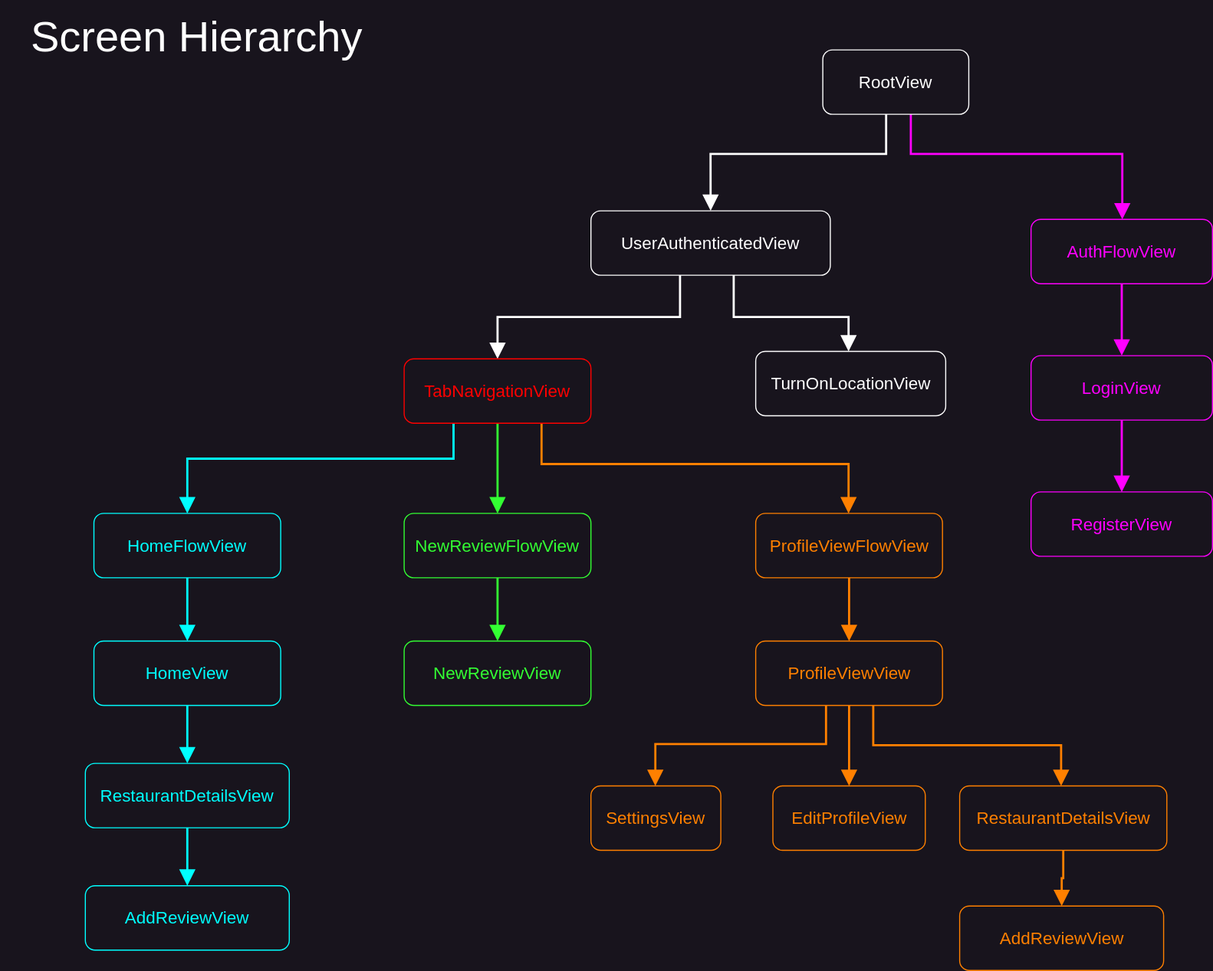
Before: Diagrams/Screen_Hierarchy.svg, a diagram exported from draw.io (marian-stanciulica/Foodybite). Source tidied: cells renumbered, new cells last; positions are measured from the earlier drawing's top-left corner, leaving out a move shared by most shapes.
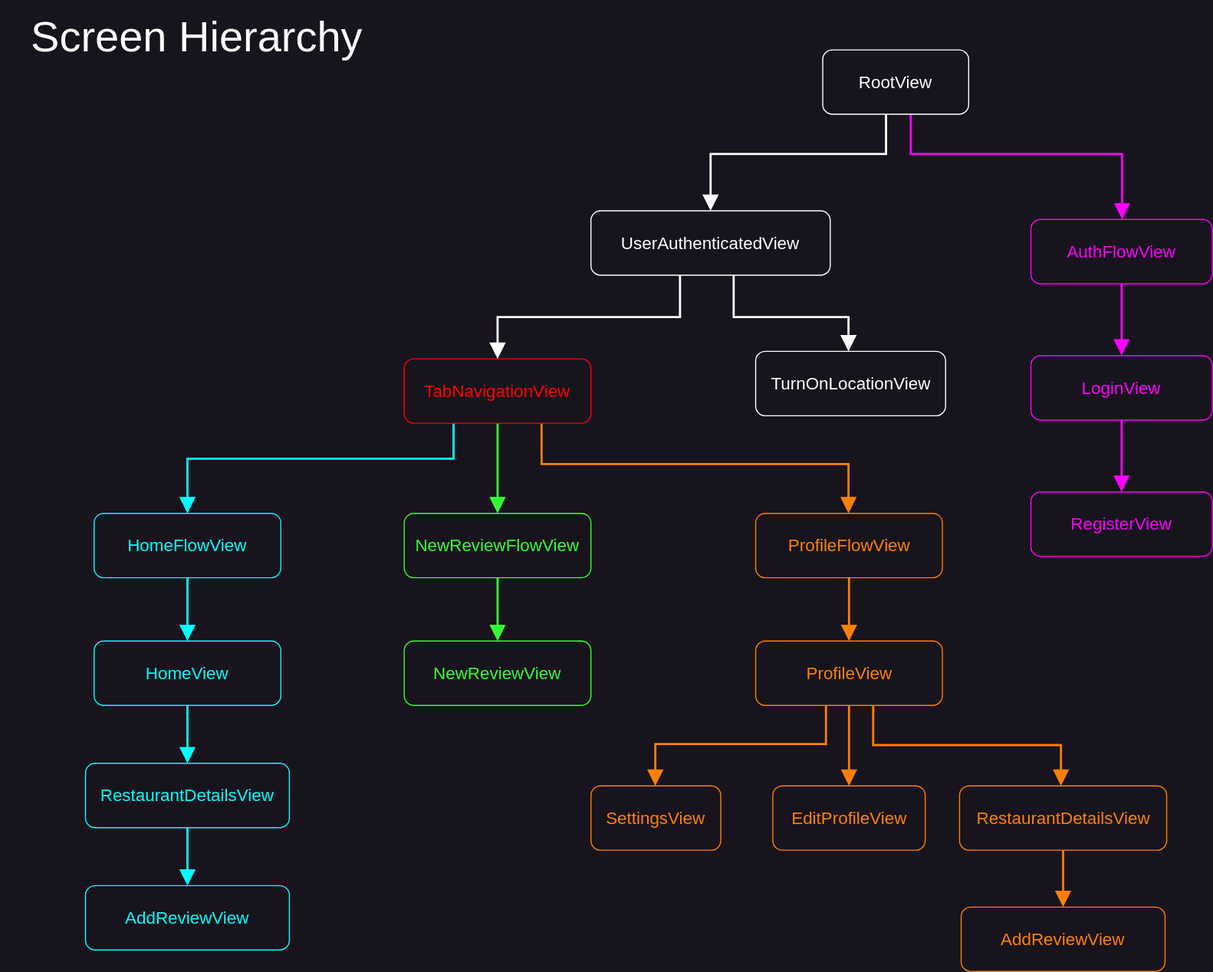
Above is the later version.

Commit message:
Readme - updates screen hierarchy diagram

The edit, as a diff of the source:
```diff
@@ -95,7 +95,7 @@
     <mxCell id="22" style="edgeStyle=orthogonalEdgeStyle;shape=connector;rounded=0;jumpStyle=line;jettySize=auto;html=1;labelBackgroundColor=default;strokeColor=#FF8000;strokeWidth=2;fontFamily=Helvetica;fontSize=11;fontColor=#FF8000;endArrow=block;endFill=1;endSize=10;fillColor=#f0a30a;" parent="1" edge="1" source="23" target="33">
       <mxGeometry relative="1" as="geometry" />
     </mxCell>
-    <mxCell id="23" value="ProfileViewFlowView" style="rounded=1;whiteSpace=wrap;html=1;fontFamily=Helvetica;fontSize=16;fontColor=#FF8000;strokeColor=#FF8000;" parent="1" vertex="1">
+    <mxCell id="23" value="ProfileFlowView" style="rounded=1;whiteSpace=wrap;html=1;fontFamily=Helvetica;fontSize=16;fontColor=#FF8000;strokeColor=#FF8000;" parent="1" vertex="1">
       <mxGeometry x="703.5" y="478" width="174" height="60" as="geometry" />
     </mxCell>
     <mxCell id="24" style="edgeStyle=orthogonalEdgeStyle;shape=connector;rounded=0;jumpStyle=line;jettySize=auto;html=1;labelBackgroundColor=default;strokeColor=#00FFFF;strokeWidth=2;fontFamily=Helvetica;fontSize=11;fontColor=#00FFFF;endArrow=block;endFill=1;endSize=10;fillColor=#f0a30a;" parent="1" edge="1" source="25" target="27">
@@ -135,7 +135,7 @@
         </Array>
       </mxGeometry>
     </mxCell>
-    <mxCell id="33" value="ProfileViewView" style="rounded=1;whiteSpace=wrap;html=1;fontFamily=Helvetica;fontSize=16;fontColor=#FF8000;strokeColor=#FF8000;" parent="1" vertex="1">
+    <mxCell id="33" value="ProfileView" style="rounded=1;whiteSpace=wrap;html=1;fontFamily=Helvetica;fontSize=16;fontColor=#FF8000;strokeColor=#FF8000;" parent="1" vertex="1">
       <mxGeometry x="703.5" y="597" width="174" height="60" as="geometry" />
     </mxCell>
     <mxCell id="34" value="SettingsView" style="rounded=1;whiteSpace=wrap;html=1;fontFamily=Helvetica;fontSize=16;fontColor=#FF8000;strokeColor=#FF8000;" parent="1" vertex="1">
@@ -151,7 +151,7 @@
       <mxGeometry x="893.5" y="732" width="193" height="60" as="geometry" />
     </mxCell>
     <mxCell id="38" value="AddReviewView" style="rounded=1;whiteSpace=wrap;html=1;fontFamily=Helvetica;fontSize=16;fontColor=#FF8000;strokeColor=#FF8000;" parent="1" vertex="1">
-      <mxGeometry x="893.5" y="844" width="190" height="60" as="geometry" />
+      <mxGeometry x="895" y="845" width="190" height="60" as="geometry" />
     </mxCell>
     <mxCell id="39" value="Screen Hierarchy" style="text;html=1;strokeColor=none;fillColor=none;align=center;verticalAlign=middle;whiteSpace=wrap;rounded=0;fontSize=40;fontFamily=Helvetica;fontColor=#FFFFFF;" parent="1" vertex="1">
       <mxGeometry width="366" height="65" as="geometry" />
```
